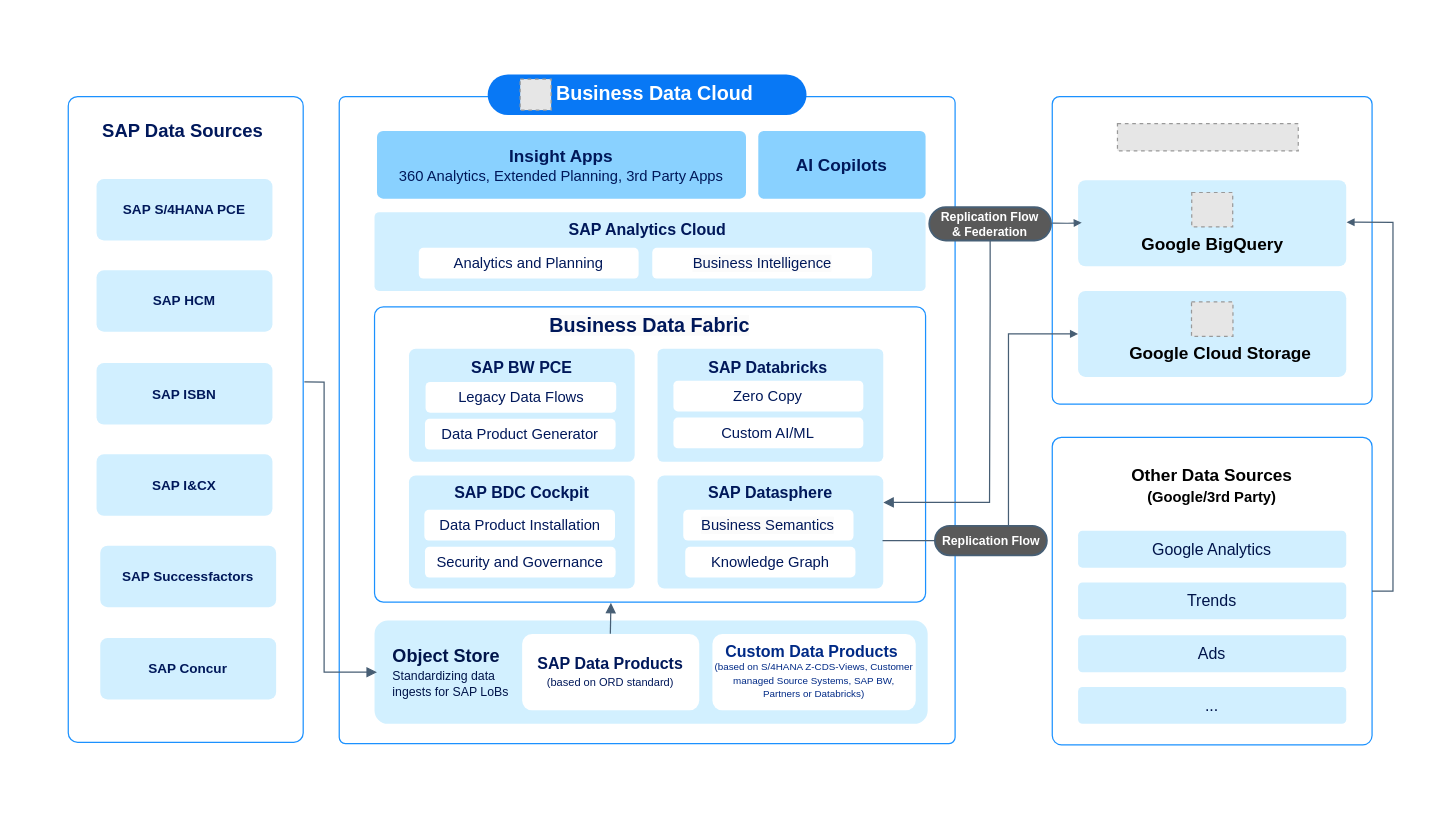
Earlier version of the draw.io diagram docs/ref-arch/RA0004/4-gcp-data-integration/drawio/gcp-data-integration.drawio (SAP/architecture-center). Source tidied: cells renumbered, new cells numbered last; positions are measured from the earlier drawing's top-left corner, leaving out a move shared by most shapes. Both pictures are drawn from the tidied source at 123%, with x=0, y=0 at pixel (21, 21). Pictures stored in the file or linked from it are replaced by grey dashed boxes.
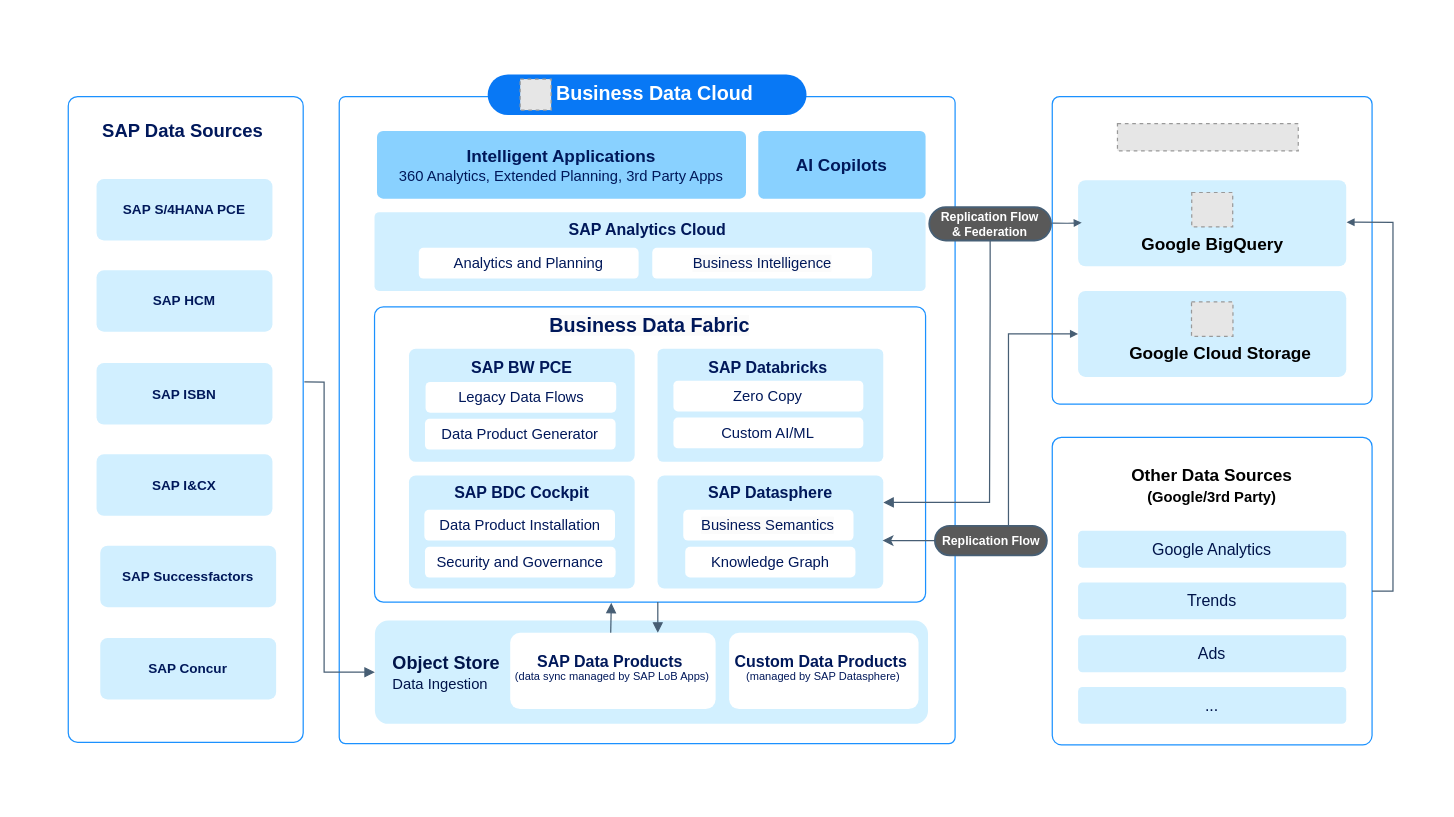
Above is the later version.

Commit message (it also covers changes not shown here):
Insight app drawio updates

The change refers to these unchanged cells:
```xml
<mxCell id="26" value="Replication Flow" style="rounded=1;whiteSpace=wrap;html=1;arcSize=74;fillColor=light-dark(#595959, #212121);fontColor=#FFFFFF;strokeColor=#475f75;fontFamily=Helvetica;fontSize=10;absoluteArcSize=1;strokeWidth=1.5;labelBackgroundColor=none;verticalAlign=middle;fontStyle=1;align=center;gradientColor=none;" parent="1" vertex="1">
  <mxGeometry x="742.6" y="410" width="91" height="24" as="geometry" />
</mxCell>
<mxCell id="36" style="group;" parent="1" vertex="1">
  <mxGeometry x="315" y="266" width="183.5" height="92" as="geometry" />
</mxCell>
<mxCell id="40" style="group;" parent="1" vertex="1">
  <mxGeometry x="315" y="369" width="183.5" height="92" as="geometry" />
</mxCell>
<mxCell id="56" style="rounded=1;whiteSpace=wrap;html=1;align=center;fontStyle=1;verticalAlign=middle;strokeColor=light-dark(#1b91ff, #6a6a6a);fillColor=default;strokeWidth=1;fontSize=12;fontFamily=Helvetica;fontColor=default;arcSize=4;" parent="1" vertex="1">
  <mxGeometry x="38" y="61" width="191" height="525" as="geometry" />
</mxCell>
```

What changed in the source:
```diff
@@
-    <mxCell id="4" value="&lt;p style=&quot;margin-top: 6.6pt; margin-bottom: 0pt; margin-left: 0in; direction: ltr; unicode-bidi: embed; vertical-align: baseline; word-break: normal;&quot;&gt;&lt;font style=&quot;color: light-dark(rgb(0, 24, 91), rgb(237, 237, 237));&quot;&gt;&lt;span style=&quot;font-size: 11pt; font-family: &amp;quot;72 Brand Medium&amp;quot;; color: rgb(0, 20, 74);&quot;&gt;Object Store&lt;br&gt;&lt;/span&gt;&lt;font style=&quot;font-weight: normal; font-size: 10px;&quot;&gt;&lt;span style=&quot;font-family: &amp;quot;72 Brand&amp;quot;; color: rgb(0, 20, 74);&quot;&gt;Standardizing data &lt;br&gt;ingests for SAP &lt;/span&gt;&lt;span style=&quot;font-family: &amp;quot;72 Brand&amp;quot;; color: rgb(0, 20, 74);&quot;&gt;LoBs&lt;/span&gt;&lt;/font&gt;&lt;/font&gt;&lt;/p&gt;" style="rounded=1;whiteSpace=wrap;html=1;align=left;fontStyle=1;verticalAlign=middle;strokeColor=none;fillColor=light-dark(#d2f0ff, #ededed);strokeWidth=1;fontSize=11;fontFamily=Arial;fontColor=#00185A;arcSize=13;gradientColor=none;gradientDirection=south;spacing=15;spacingTop=-8;" parent="1" vertex="1">
-      <mxGeometry x="287" y="487" width="449.7" height="84" as="geometry" />
-    </mxCell>
@@
-    <mxCell id="6" value="&lt;p style=&quot;margin-top: 0pt; margin-bottom: 0pt; margin-left: 0in; direction: ltr; unicode-bidi: embed; word-break: normal;&quot;&gt;&lt;span&gt;&lt;b style=&quot;font-family: Helvetica; text-align: left; font-size: 14px;&quot;&gt;Insight&lt;/b&gt;&lt;b style=&quot;font-family: Helvetica; text-align: left; font-size: 14px;&quot;&gt; &lt;/b&gt;&lt;b style=&quot;font-family: Helvetica; text-align: left; font-size: 14px;&quot;&gt;Apps&lt;/b&gt;&lt;/span&gt;&lt;/p&gt;&lt;p style=&quot;margin-top: 0pt; margin-bottom: 0pt; margin-left: 0in; direction: ltr; unicode-bidi: embed; word-break: normal;&quot;&gt;360 Analytics,&amp;nbsp;&lt;span style=&quot;background-color: transparent;&quot;&gt;Extended Planning,&amp;nbsp;&lt;/span&gt;&lt;span style=&quot;background-color: transparent;&quot;&gt;3rd Party Apps&lt;/span&gt;&lt;/p&gt;" style="rounded=1;whiteSpace=wrap;html=1;fontSize=12;fontFamily=Arial;align=center;verticalAlign=middle;fillColor=light-dark(#89d1ff, #ededed);strokeColor=none;fontColor=#00185A;strokeWidth=1.5;arcSize=9;gradientColor=none;spacing=0;spacingTop=0;" parent="1" vertex="1">
+    <mxCell id="6" value="&lt;p style=&quot;margin-top: 0pt; margin-bottom: 0pt; margin-left: 0in; direction: ltr; unicode-bidi: embed; word-break: normal;&quot;&gt;&lt;span&gt;&lt;b style=&quot;font-family: Helvetica; text-align: left; font-size: 14px;&quot;&gt;Intelligent Applications&lt;/b&gt;&lt;/span&gt;&lt;/p&gt;&lt;p style=&quot;margin-top: 0pt; margin-bottom: 0pt; margin-left: 0in; direction: ltr; unicode-bidi: embed; word-break: normal;&quot;&gt;360 Analytics,&amp;nbsp;&lt;span style=&quot;background-color: transparent;&quot;&gt;Extended Planning,&amp;nbsp;&lt;/span&gt;&lt;span style=&quot;background-color: transparent;&quot;&gt;3rd Party Apps&lt;/span&gt;&lt;/p&gt;" style="rounded=1;whiteSpace=wrap;html=1;fontSize=12;fontFamily=Arial;align=center;verticalAlign=middle;fillColor=light-dark(#89d1ff, #ededed);strokeColor=none;fontColor=#00185A;strokeWidth=1.5;arcSize=9;gradientColor=none;spacing=0;spacingTop=0;" parent="1" vertex="1">
       <mxGeometry x="289" y="89" width="300" height="55" as="geometry" />
     </mxCell>
-    <mxCell id="7" value="&lt;span style=&quot;&quot;&gt;&lt;font style=&quot;font-size: 13px;&quot;&gt;SAP Data Products&lt;/font&gt;&lt;/span&gt;&lt;div&gt;&lt;span style=&quot;font-weight: normal;&quot;&gt;&lt;font style=&quot;font-size: 9px; line-height: 100%;&quot;&gt;(based on ORD standard)&lt;/font&gt;&lt;/span&gt;&lt;/div&gt;" style="rounded=1;whiteSpace=wrap;html=1;align=center;fontStyle=1;verticalAlign=middle;strokeColor=none;fillColor=default;strokeWidth=1;fontSize=11;fontFamily=Arial;fontColor=#00185A;arcSize=13;gradientColor=none;gradientDirection=south;" parent="1" vertex="1">
-      <mxGeometry x="407" y="498" width="144" height="62" as="geometry" />
-    </mxCell>
-    <mxCell id="8" style="edgeStyle=orthogonalEdgeStyle;rounded=0;jettySize=auto;html=1;endArrow=block;endFill=1;strokeColor=#475E74;strokeWidth=1;exitX=0.498;exitY=-0.004;exitDx=0;exitDy=0;entryX=0.435;entryY=1.002;entryDx=0;entryDy=0;entryPerimeter=0;exitPerimeter=0;" parent="1" edge="1" source="7">
-      <mxGeometry relative="1" as="geometry">
-        <mxPoint x="479.2" y="472.6" as="targetPoint" />
-      </mxGeometry>
-    </mxCell>
@@
-    <mxCell id="10" value="&lt;p style=&quot;margin-top: 5.4pt; margin-bottom: 0pt; margin-left: 0in; direction: ltr; unicode-bidi: embed; vertical-align: baseline; word-break: normal;&quot;&gt;&lt;/p&gt;&lt;p style=&quot;line-height: 100%;&quot;&gt;&lt;font style=&quot;color: light-dark(rgb(0, 24, 91), rgb(237, 237, 237));&quot;&gt;&lt;font style=&quot;&quot;&gt;&lt;font face=&quot;Arial&quot; style=&quot;font-size: 13px; line-height: 100%;&quot;&gt;&lt;span style=&quot;color: rgb(0, 42, 134);&quot;&gt;Custom Data Products&amp;nbsp;&lt;br&gt;&lt;/span&gt;&lt;/font&gt;&lt;/font&gt;&lt;span style=&quot;font-size: 8px; font-weight: normal; background-color: transparent; font-family: &amp;quot;72 Brand&amp;quot;; line-height: 100%; color: rgb(0, 42, 134);&quot;&gt;(based on S/4HANA Z-CDS-Views,&amp;nbsp;&lt;/span&gt;&lt;span style=&quot;font-size: 8px; font-weight: normal; background-color: transparent; font-family: &amp;quot;72 Brand&amp;quot;; line-height: 100%; color: rgb(0, 42, 134);&quot;&gt;Customer managed Source Systems, SAP BW, Partners or Databricks)&lt;/span&gt;&lt;/font&gt;&lt;/p&gt;&lt;p&gt;&lt;/p&gt;" style="rounded=1;whiteSpace=wrap;html=1;align=center;fontStyle=1;verticalAlign=middle;strokeColor=none;fillColor=default;strokeWidth=1;fontSize=11;fontFamily=Arial;fontColor=#00185A;arcSize=13;gradientColor=none;gradientDirection=south;spacing=2;spacingTop=-2;" parent="1" vertex="1">
-      <mxGeometry x="561.7" y="498" width="165.3" height="62" as="geometry" />
-    </mxCell>
@@
-    <mxCell id="37" value="&lt;p style=&quot;margin-top: 0pt; margin-bottom: 0pt; margin-left: 0in; direction: ltr; unicode-bidi: embed; word-break: normal;&quot;&gt;&lt;/p&gt;&lt;div style=&quot;line-height: 150%;&quot;&gt;&lt;p style=&quot;margin-top: 6.6pt; margin-bottom: 0pt; margin-left: 0in; direction: ltr; unicode-bidi: embed; vertical-align: baseline; word-break: normal;&quot;&gt;&lt;span style=&quot;font-family: &amp;quot;72 Brand Medium&amp;quot;;&quot;&gt;SAP BW PCE&lt;/span&gt;&lt;/p&gt;&lt;/div&gt;&lt;p&gt;&lt;/p&gt;" style="rounded=1;whiteSpace=wrap;html=1;strokeColor=none;strokeWidth=1.5;fillColor=#D1EFFF;align=center;verticalAlign=top;fontStyle=1;fontSize=13;fontFamily=Arial;fontColor=#00185A;spacing=0;spacingTop=-8;arcSize=6;flipV=0;flipH=0;gradientColor=none;" parent="36" vertex="1">
+    <mxCell id="37" value="&lt;p style=&quot;margin-top: 0pt; margin-bottom: 0pt; margin-left: 0in; direction: ltr; unicode-bidi: embed; word-break: normal;&quot;&gt;&lt;/p&gt;&lt;div style=&quot;line-height: 150%;&quot;&gt;&lt;p style=&quot;margin-top: 6.6pt; margin-bottom: 0pt; margin-left: 0in; direction: ltr; unicode-bidi: embed; vertical-align: baseline; word-break: normal;&quot;&gt;&lt;font face=&quot;Helvetica&quot;&gt;SAP BW PCE&lt;/font&gt;&lt;/p&gt;&lt;/div&gt;&lt;p&gt;&lt;/p&gt;" style="rounded=1;whiteSpace=wrap;html=1;strokeColor=none;strokeWidth=1.5;fillColor=#D1EFFF;align=center;verticalAlign=top;fontStyle=1;fontSize=13;fontFamily=Arial;fontColor=#00185A;spacing=0;spacingTop=-8;arcSize=6;flipV=0;flipH=0;gradientColor=none;" parent="36" vertex="1">
       <mxGeometry width="183.5" height="92" as="geometry" />
     </mxCell>
@@
-    <mxCell id="41" value="&lt;p style=&quot;margin-top: 0pt; margin-bottom: 0pt; margin-left: 0in; direction: ltr; unicode-bidi: embed; word-break: normal;&quot;&gt;&lt;/p&gt;&lt;div style=&quot;line-height: 150%;&quot;&gt;&lt;p style=&quot;margin-top: 6.6pt; margin-bottom: 0pt; margin-left: 0in; direction: ltr; unicode-bidi: embed; vertical-align: baseline; word-break: normal;&quot;&gt;&lt;span style=&quot;font-family: &amp;quot;72 Brand Medium&amp;quot;;&quot;&gt;SAP BDC Cockpit&lt;/span&gt;&lt;/p&gt;&lt;/div&gt;&lt;p&gt;&lt;/p&gt;" style="rounded=1;whiteSpace=wrap;html=1;strokeColor=none;strokeWidth=1.5;fillColor=#D1EFFF;align=center;verticalAlign=top;fontStyle=1;fontSize=13;fontFamily=Arial;fontColor=#00185A;spacing=0;spacingTop=-9;arcSize=6;flipV=0;flipH=0;gradientColor=none;" parent="40" vertex="1">
+    <mxCell id="41" value="&lt;p style=&quot;margin-top: 0pt; margin-bottom: 0pt; margin-left: 0in; direction: ltr; unicode-bidi: embed; word-break: normal;&quot;&gt;&lt;/p&gt;&lt;div style=&quot;line-height: 150%;&quot;&gt;&lt;p style=&quot;margin-top: 6.6pt; margin-bottom: 0pt; margin-left: 0in; direction: ltr; unicode-bidi: embed; vertical-align: baseline; word-break: normal;&quot;&gt;&lt;font face=&quot;Helvetica&quot;&gt;SAP BDC Cockpit&lt;/font&gt;&lt;/p&gt;&lt;/div&gt;&lt;p&gt;&lt;/p&gt;" style="rounded=1;whiteSpace=wrap;html=1;strokeColor=none;strokeWidth=1.5;fillColor=#D1EFFF;align=center;verticalAlign=top;fontStyle=1;fontSize=13;fontFamily=Arial;fontColor=#00185A;spacing=0;spacingTop=-9;arcSize=6;flipV=0;flipH=0;gradientColor=none;" parent="40" vertex="1">
       <mxGeometry width="183.5" height="92" as="geometry" />
     </mxCell>
@@
-    <mxCell id="52" style="endArrow=none;html=1;rounded=0;entryX=0;entryY=0.5;entryDx=0;entryDy=0;strokeColor=#475E74;" parent="1" edge="1" target="26">
+    <mxCell id="52" style="endArrow=none;html=1;rounded=0;entryX=0;entryY=0.5;entryDx=0;entryDy=0;strokeColor=#475E74;startArrow=classic;startFill=1;" parent="1" edge="1" target="26">
       <mxGeometry relative="1" as="geometry">
         <mxPoint x="700" y="422" as="sourcePoint" />
       </mxGeometry>
     </mxCell>
@@
-    <mxCell id="58" style="edgeStyle=orthogonalEdgeStyle;rounded=0;jettySize=auto;html=1;strokeColor=light-dark(#475E74,#EDEDED);strokeWidth=1;endArrow=block;endFill=1;exitX=1.005;exitY=0.442;exitDx=0;exitDy=0;startFill=0;entryX=0;entryY=0.5;entryDx=0;entryDy=0;exitPerimeter=0;" parent="1" edge="1" source="56">
+    <mxCell id="58" style="edgeStyle=orthogonalEdgeStyle;rounded=0;jettySize=auto;html=1;strokeColor=light-dark(#475E74,#EDEDED);strokeWidth=1;endArrow=block;endFill=1;exitX=1.005;exitY=0.442;exitDx=0;exitDy=0;startFill=0;entryX=0;entryY=0.5;entryDx=0;entryDy=0;exitPerimeter=0;" parent="1" edge="1" source="56" target="65">
       <mxGeometry relative="1" as="geometry">
-        <mxPoint x="289" y="529" as="targetPoint" />
         <Array as="points">
           <mxPoint x="246" y="293" />
           <mxPoint x="246" y="529" />
         </Array>
       </mxGeometry>
     </mxCell>
@@
+    <mxCell id="65" value="&lt;p style=&quot;margin-top: 6.6pt; margin-bottom: 0pt; margin-left: 0in; direction: ltr; unicode-bidi: embed; vertical-align: baseline; word-break: normal;&quot;&gt;&lt;font style=&quot;&quot;&gt;&lt;span style=&quot;color: rgb(0, 20, 74); font-size: 11pt; font-family: &amp;quot;72 Brand Medium&amp;quot;;&quot;&gt;Object Store&lt;br&gt;&lt;/span&gt;&lt;font style=&quot;font-size: 12px;&quot; face=&quot;72 Brand&quot; color=&quot;#00144a&quot;&gt;&lt;span style=&quot;font-weight: 400;&quot;&gt;Data Ingestion&lt;/span&gt;&lt;/font&gt;&lt;/font&gt;&lt;/p&gt;" style="rounded=1;whiteSpace=wrap;html=1;align=left;fontStyle=1;verticalAlign=middle;strokeColor=none;fillColor=light-dark(#d2f0ff, #ededed);strokeWidth=1;fontSize=11;fontFamily=Arial;fontColor=#00185A;arcSize=13;gradientColor=none;gradientDirection=south;spacing=15;spacingTop=-8;" parent="1" vertex="1">
+      <mxGeometry x="287.3" y="487" width="449.7" height="84" as="geometry" />
+    </mxCell>
+    <mxCell id="66" style="edgeStyle=orthogonalEdgeStyle;rounded=0;orthogonalLoop=1;jettySize=auto;html=1;endArrow=block;endFill=1;strokeColor=#475E74;strokeWidth=1;exitX=0.498;exitY=-0.004;exitDx=0;exitDy=0;entryX=0.435;entryY=1.002;entryDx=0;entryDy=0;entryPerimeter=0;exitPerimeter=0;" parent="1" edge="1">
+      <mxGeometry relative="1" as="geometry">
+        <mxPoint x="479" y="497.8" as="sourcePoint" />
+        <mxPoint x="479.5" y="472.6" as="targetPoint" />
+      </mxGeometry>
+    </mxCell>
+    <mxCell id="67" value="&lt;p style=&quot;margin-top: 5.4pt; margin-bottom: 0pt; margin-left: 0in; direction: ltr; unicode-bidi: embed; vertical-align: baseline; word-break: normal;&quot;&gt;&lt;/p&gt;&lt;p style=&quot;line-height: 100%; margin-top: 0px; margin-bottom: 0px;&quot;&gt;&lt;font style=&quot;&quot;&gt;&lt;font style=&quot;&quot;&gt;&lt;font style=&quot;font-size: 13px; line-height: 100%;&quot;&gt;&lt;span&gt;Custom Data Products&amp;nbsp;&lt;br&gt;&lt;/span&gt;&lt;/font&gt;&lt;/font&gt;&lt;font style=&quot;font-size: 9px;&quot;&gt;&lt;span style=&quot;font-weight: normal; background-color: transparent; line-height: 100%;&quot;&gt;(managed by SAP Datasphere&lt;/span&gt;&lt;span style=&quot;font-weight: normal; background-color: transparent; line-height: 100%;&quot;&gt;)&lt;/span&gt;&lt;/font&gt;&lt;/font&gt;&lt;/p&gt;&lt;p&gt;&lt;/p&gt;" style="rounded=1;whiteSpace=wrap;html=1;align=center;fontStyle=1;verticalAlign=middle;strokeColor=none;fillColor=default;strokeWidth=1;fontSize=11;fontFamily=Helvetica;fontColor=#00185A;arcSize=13;gradientColor=none;gradientDirection=south;spacing=0;spacingTop=0;" parent="1" vertex="1">
+      <mxGeometry x="575.3" y="497" width="154" height="62" as="geometry" />
+    </mxCell>
+    <mxCell id="68" style="edgeStyle=orthogonalEdgeStyle;rounded=0;orthogonalLoop=1;jettySize=auto;html=1;endArrow=block;endFill=1;strokeColor=#475E74;strokeWidth=1;align=center;verticalAlign=middle;fontFamily=Helvetica;fontSize=11;fontColor=default;labelBackgroundColor=default;" parent="1" edge="1">
+      <mxGeometry relative="1" as="geometry">
+        <mxPoint x="517.3" y="472" as="sourcePoint" />
+        <mxPoint x="517.3" y="497" as="targetPoint" />
+      </mxGeometry>
+    </mxCell>
+    <mxCell id="69" value="&lt;p style=&quot;margin-top: 5.4pt; margin-bottom: 0pt; margin-left: 0in; direction: ltr; unicode-bidi: embed; vertical-align: baseline; word-break: normal;&quot;&gt;&lt;/p&gt;&lt;p style=&quot;line-height: 100%; margin-top: 0px; margin-bottom: 0px;&quot;&gt;&lt;b style=&quot;background-color: transparent; color: light-dark(rgb(0, 24, 90), rgb(197, 217, 255)); font-size: 13px;&quot;&gt;SAP Data Products&lt;/b&gt;&lt;span style=&quot;font-size: 13px; background-color: transparent; color: light-dark(rgb(0, 24, 90), rgb(197, 217, 255));&quot;&gt;&amp;nbsp;&lt;/span&gt;&lt;/p&gt;&lt;p style=&quot;line-height: 100%; margin-top: 0px; margin-bottom: 0px;&quot;&gt;&lt;span style=&quot;font-size: 9px; font-weight: 400;&quot;&gt;(data sync managed by SAP LoB Apps)&lt;/span&gt;&lt;/p&gt;&lt;p&gt;&lt;/p&gt;" style="rounded=1;whiteSpace=wrap;html=1;align=center;fontStyle=1;verticalAlign=middle;strokeColor=none;fillColor=default;strokeWidth=1;fontSize=11;fontFamily=Helvetica;fontColor=#00185A;arcSize=13;gradientColor=none;gradientDirection=south;spacing=0;spacingTop=0;" parent="1" vertex="1">
+      <mxGeometry x="397.3" y="497" width="167" height="62" as="geometry" />
+    </mxCell>
```
